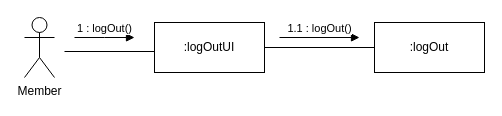
The draw.io diagram B981008_김미래/로그아웃.drawio in FinancialWorld16/SE_TEAM, before the edit. Source tidied: cells renumbered, new cells numbered last; positions are measured from the earlier drawing's top-left corner, leaving out a move shared by most shapes. Both pictures are drawn from the tidied source at 100%, with x=0, y=0 at pixel (24, 17).
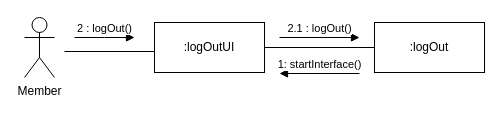
The same page after the edit.

The edit, as a diff of the source:
```diff
@@
 <mxGraphModel>
   <root>
     <mxCell id="0" />
     <mxCell id="1" parent="0" />
     <mxCell id="2" value="Member" style="shape=umlActor;verticalLabelPosition=bottom;verticalAlign=top;html=1;" parent="1" vertex="1">
       <mxGeometry width="30" height="60" as="geometry" />
     </mxCell>
     <mxCell id="3" value=":logOutUI" style="html=1;whiteSpace=wrap;" parent="1" vertex="1">
       <mxGeometry x="130" y="5" width="110" height="50" as="geometry" />
     </mxCell>
     <mxCell id="4" value=":logOut" style="html=1;whiteSpace=wrap;" parent="1" vertex="1">
       <mxGeometry x="350" y="5" width="110" height="50" as="geometry" />
     </mxCell>
-    <mxCell id="5" value="1 : logOut()" style="html=1;verticalAlign=bottom;endArrow=block;edgeStyle=elbowEdgeStyle;elbow=vertical;curved=0;rounded=0;" parent="1" edge="1">
+    <mxCell id="5" value="2 : logOut()" style="html=1;verticalAlign=bottom;endArrow=block;edgeStyle=elbowEdgeStyle;elbow=vertical;curved=0;rounded=0;" parent="1" edge="1">
       <mxGeometry relative="1" as="geometry">
         <mxPoint x="50" y="20" as="sourcePoint" />
         <mxPoint x="110" y="20" as="targetPoint" />
       </mxGeometry>
     </mxCell>
     <mxCell id="6" style="line;strokeWidth=1;fillColor=none;align=left;verticalAlign=middle;spacingTop=-1;spacingLeft=3;spacingRight=3;labelPosition=right;strokeColor=inherit;" parent="1" vertex="1">
       <mxGeometry x="40" y="30" width="90" height="8" as="geometry" />
     </mxCell>
     <mxCell id="7" style="line;strokeWidth=1;fillColor=none;align=left;verticalAlign=middle;spacingTop=-1;spacingLeft=3;spacingRight=3;labelPosition=right;strokeColor=inherit;" parent="1" vertex="1">
       <mxGeometry x="240" y="26" width="110" height="8" as="geometry" />
     </mxCell>
-    <mxCell id="8" value="1.1 : logOut()" style="html=1;verticalAlign=bottom;endArrow=block;rounded=0;" parent="1" edge="1">
+    <mxCell id="8" value="2.1 : logOut()" style="html=1;verticalAlign=bottom;endArrow=block;rounded=0;" parent="1" edge="1">
       <mxGeometry relative="1" as="geometry">
         <mxPoint x="255" y="20" as="sourcePoint" />
         <mxPoint x="335" y="20" as="targetPoint" />
       </mxGeometry>
     </mxCell>
+    <mxCell id="9" value="1: startInterface()" style="html=1;verticalAlign=bottom;endArrow=block;rounded=0;" parent="1" edge="1">
+      <mxGeometry relative="1" as="geometry">
+        <mxPoint x="335" y="56" as="sourcePoint" />
+        <mxPoint x="255" y="56" as="targetPoint" />
+      </mxGeometry>
+    </mxCell>
   </root>
 </mxGraphModel>
```
